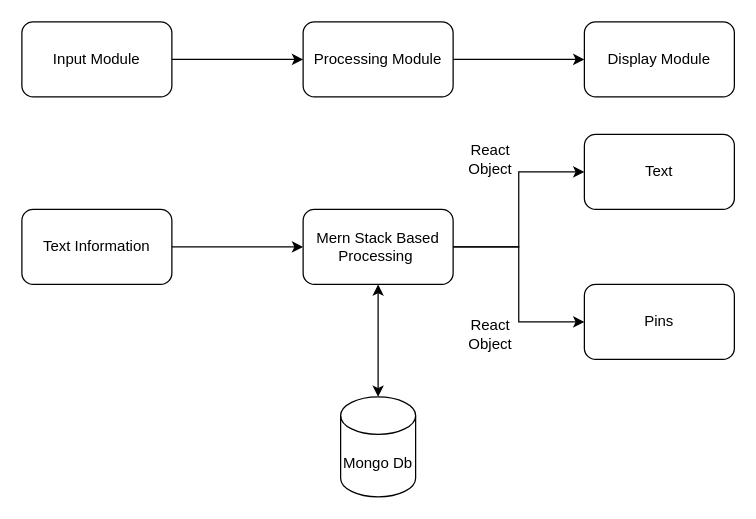
damcrazy/travell-app keeps this draw.io diagram as Untitled Diagram.drawio. Above is the earlier version. Source tidied: cells renumbered, new cells numbered last; positions are measured from the earlier drawing's top-left corner, leaving out a move shared by most shapes. Both pictures are drawn from the tidied source at 125%, with x=0, y=0 at pixel (21, 21).
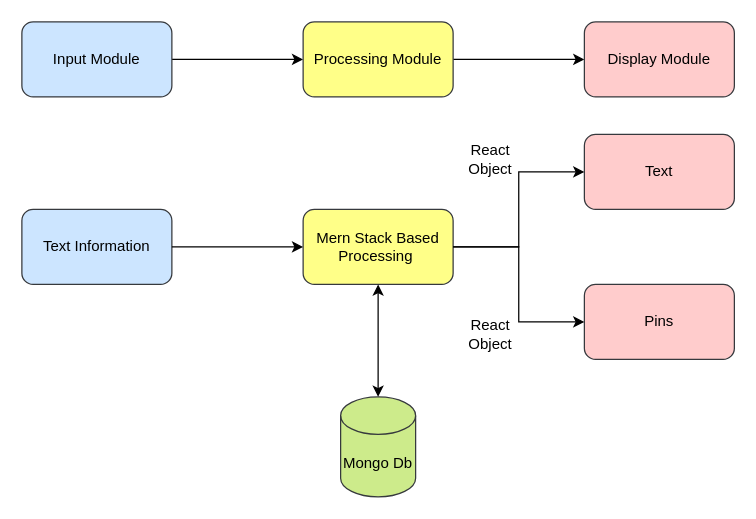
After the change.

Diff of the diagram source:
```diff
@@
 <mxGraphModel>
   <root>
     <mxCell id="0" />
     <mxCell id="1" parent="0" />
     <mxCell id="2" style="edgeStyle=orthogonalEdgeStyle;rounded=0;jettySize=auto;html=1;entryX=0;entryY=0.5;entryDx=0;entryDy=0;startArrow=none;startFill=0;" parent="1" edge="1" source="3" target="5">
       <mxGeometry relative="1" as="geometry" />
     </mxCell>
-    <mxCell id="3" value="Input Module" style="rounded=1;whiteSpace=wrap;html=1;" parent="1" vertex="1">
+    <mxCell id="3" value="Input Module" style="rounded=1;whiteSpace=wrap;html=1;fillColor=#cce5ff;strokeColor=#36393d;" parent="1" vertex="1">
       <mxGeometry width="120" height="60" as="geometry" />
     </mxCell>
     <mxCell id="4" style="edgeStyle=orthogonalEdgeStyle;rounded=0;jettySize=auto;html=1;startArrow=none;startFill=0;" parent="1" edge="1" source="5" target="6">
       <mxGeometry relative="1" as="geometry" />
     </mxCell>
-    <mxCell id="5" value="Processing Module" style="rounded=1;whiteSpace=wrap;html=1;" parent="1" vertex="1">
+    <mxCell id="5" value="Processing Module" style="rounded=1;whiteSpace=wrap;html=1;fillColor=#ffff88;strokeColor=#36393d;" parent="1" vertex="1">
       <mxGeometry x="225" width="120" height="60" as="geometry" />
     </mxCell>
-    <mxCell id="6" value="Display Module" style="rounded=1;whiteSpace=wrap;html=1;" parent="1" vertex="1">
+    <mxCell id="6" value="Display Module" style="rounded=1;whiteSpace=wrap;html=1;fillColor=#ffcccc;strokeColor=#36393d;" parent="1" vertex="1">
       <mxGeometry x="450" width="120" height="60" as="geometry" />
     </mxCell>
     <mxCell id="7" style="group;" parent="1" vertex="1">
       <mxGeometry y="90" width="570" height="290" as="geometry" />
     </mxCell>
-    <mxCell id="8" value="Text Information" style="rounded=1;whiteSpace=wrap;html=1;" parent="7" vertex="1">
+    <mxCell id="8" value="Text Information" style="rounded=1;whiteSpace=wrap;html=1;fillColor=#cce5ff;strokeColor=#36393d;" parent="7" vertex="1">
       <mxGeometry y="60" width="120" height="60" as="geometry" />
     </mxCell>
-    <mxCell id="9" value="Mern Stack Based Processing&amp;nbsp;" style="rounded=1;whiteSpace=wrap;html=1;" parent="7" vertex="1">
+    <mxCell id="9" value="Mern Stack Based Processing&amp;nbsp;" style="rounded=1;whiteSpace=wrap;html=1;fillColor=#ffff88;strokeColor=#36393d;" parent="7" vertex="1">
       <mxGeometry x="225" y="60" width="120" height="60" as="geometry" />
     </mxCell>
     <mxCell id="10" style="edgeStyle=orthogonalEdgeStyle;rounded=0;jettySize=auto;html=1;" parent="7" edge="1" source="8" target="9">
       <mxGeometry relative="1" as="geometry" />
     </mxCell>
-    <mxCell id="11" value="Text" style="whiteSpace=wrap;html=1;rounded=1;" parent="7" vertex="1">
+    <mxCell id="11" value="Text" style="whiteSpace=wrap;html=1;rounded=1;fillColor=#ffcccc;strokeColor=#36393d;" parent="7" vertex="1">
       <mxGeometry x="450" width="120" height="60" as="geometry" />
     </mxCell>
     <mxCell id="12" style="edgeStyle=orthogonalEdgeStyle;rounded=0;jettySize=auto;html=1;" parent="7" edge="1" source="9" target="11">
       <mxGeometry relative="1" as="geometry" />
     </mxCell>
-    <mxCell id="13" value="Pins" style="whiteSpace=wrap;html=1;rounded=1;" parent="7" vertex="1">
+    <mxCell id="13" value="Pins" style="whiteSpace=wrap;html=1;rounded=1;fillColor=#ffcccc;strokeColor=#36393d;" parent="7" vertex="1">
       <mxGeometry x="450" y="120" width="120" height="60" as="geometry" />
     </mxCell>
     <mxCell id="14" value="React Object" style="text;html=1;strokeColor=none;fillColor=none;align=center;verticalAlign=middle;whiteSpace=wrap;rounded=0;" parent="7" vertex="1">
       <mxGeometry x="360" y="10" width="30" height="20" as="geometry" />
     </mxCell>
-    <mxCell id="15" value="Mongo Db" style="shape=cylinder3;whiteSpace=wrap;html=1;boundedLbl=1;backgroundOutline=1;size=15;" parent="7" vertex="1">
+    <mxCell id="15" value="Mongo Db" style="shape=cylinder3;whiteSpace=wrap;html=1;boundedLbl=1;backgroundOutline=1;size=15;fillColor=#cdeb8b;strokeColor=#36393d;" parent="7" vertex="1">
       <mxGeometry x="255" y="210" width="60" height="80" as="geometry" />
     </mxCell>
     <mxCell id="16" value="React Object" style="text;html=1;strokeColor=none;fillColor=none;align=center;verticalAlign=middle;whiteSpace=wrap;rounded=0;" parent="7" vertex="1">
       <mxGeometry x="360" y="150" width="30" height="20" as="geometry" />
     </mxCell>
     <mxCell id="17" style="edgeStyle=orthogonalEdgeStyle;rounded=0;jettySize=auto;html=1;" parent="7" edge="1" source="9" target="13">
       <mxGeometry relative="1" as="geometry" />
     </mxCell>
     <mxCell id="18" style="edgeStyle=orthogonalEdgeStyle;rounded=0;jettySize=auto;html=1;startArrow=classic;startFill=1;" parent="7" edge="1" source="9" target="15">
       <mxGeometry relative="1" as="geometry" />
     </mxCell>
   </root>
 </mxGraphModel>
```
